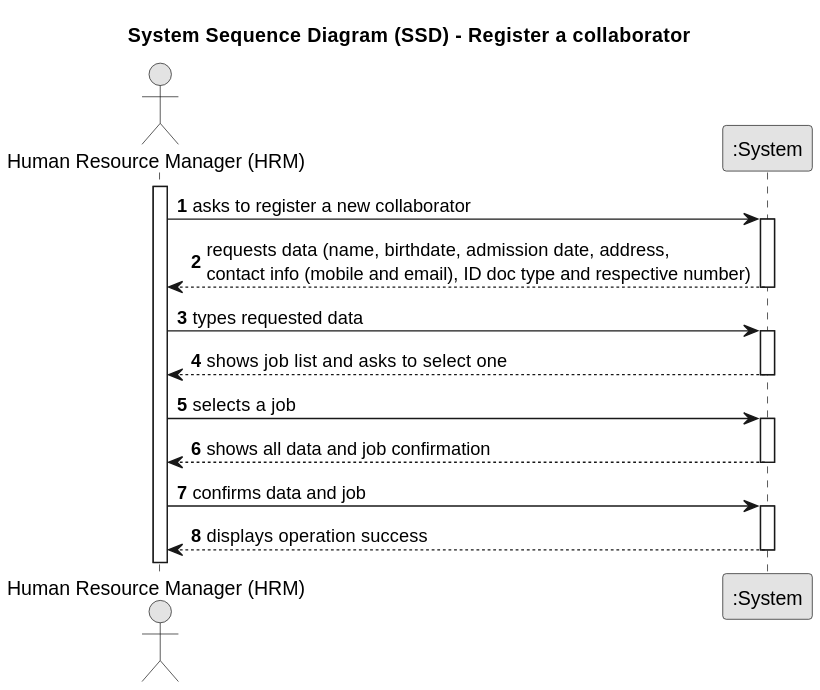
Departamento-de-Engenharia-Informatica/lei-24-s2-1db-g022 keeps this PlantUML diagram as docs/sprintA/us03/01.requirements-engineering/svg/us03-system-sequence-diagram-us03.svg. Above is the earlier version.
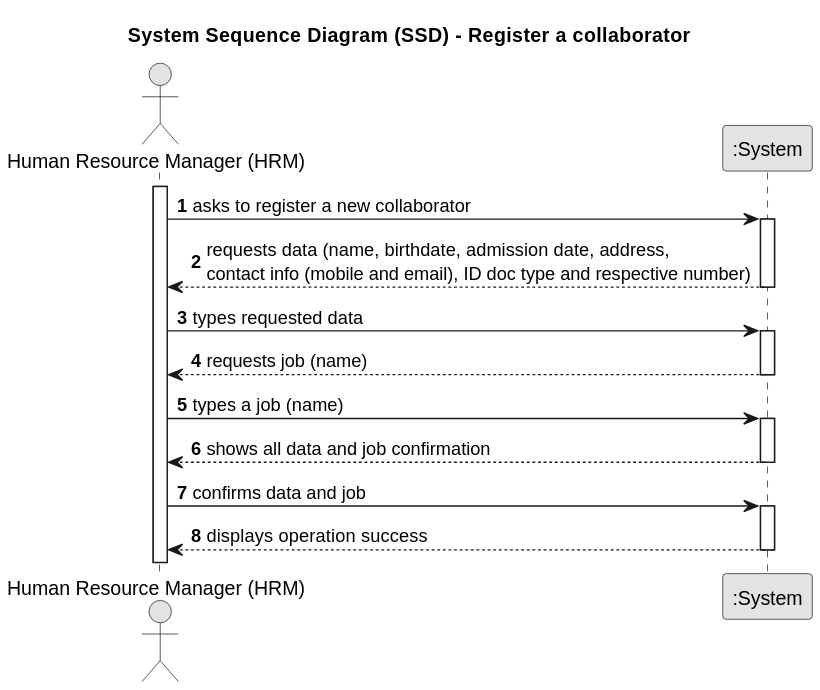
Above is the later version.

Diff of the diagram source:
```diff
@@ -21,10 +21,10 @@
     HRM -> System : types requested data
     activate System
 
-    System --> HRM : shows job list and asks to select one
+    System --> HRM : requests job (name)
     deactivate System
 
-    HRM -> System : selects a job
+    HRM -> System :  types a job (name)
     activate System
 
     System --> HRM : shows all data and job confirmation
```
